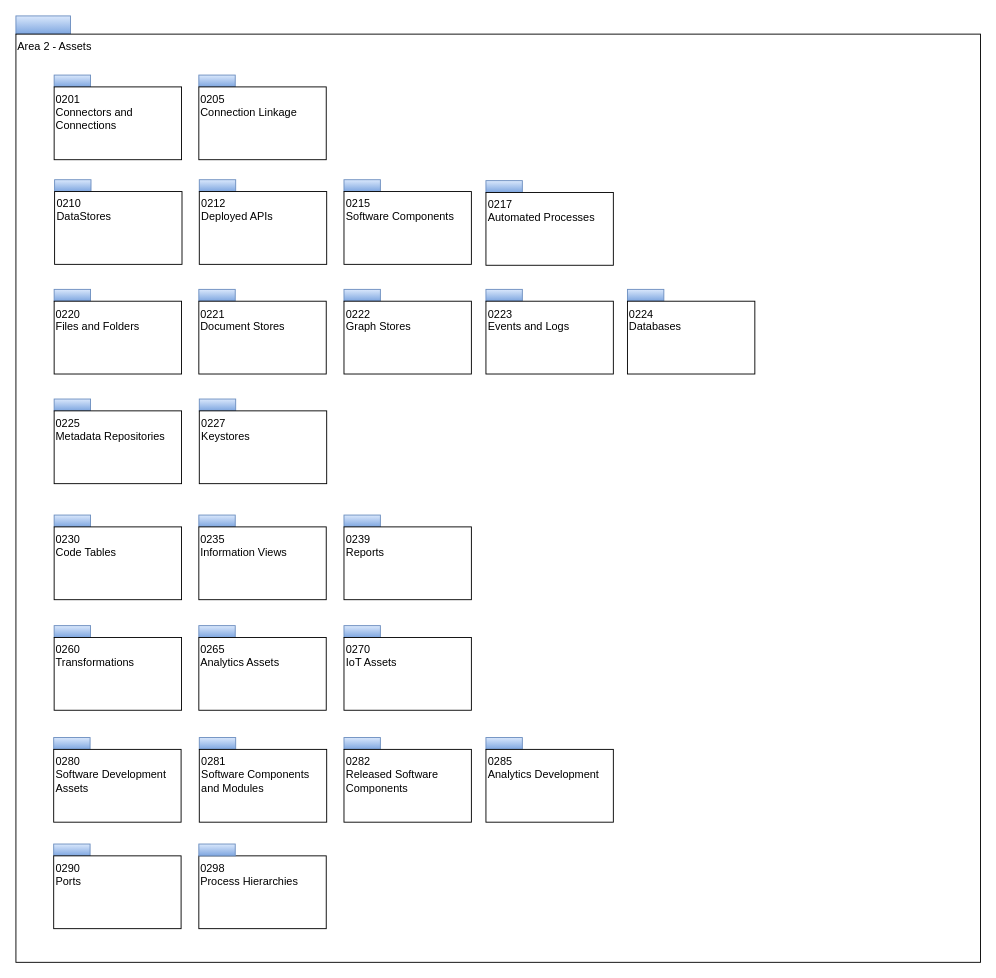
Above: page "overview" (1 of 19) of open-metadata-publication/website/open-metadata-types/area-2-assets.drawio in odpi/egeria (draw.io), before the change. Source tidied: cells renumbered, new cells numbered last; positions are measured from the earlier drawing's top-left corner, leaving out a move shared by most shapes. Both pictures are drawn from the tidied source at 91%, with x=0, y=0 at pixel (15, 15).
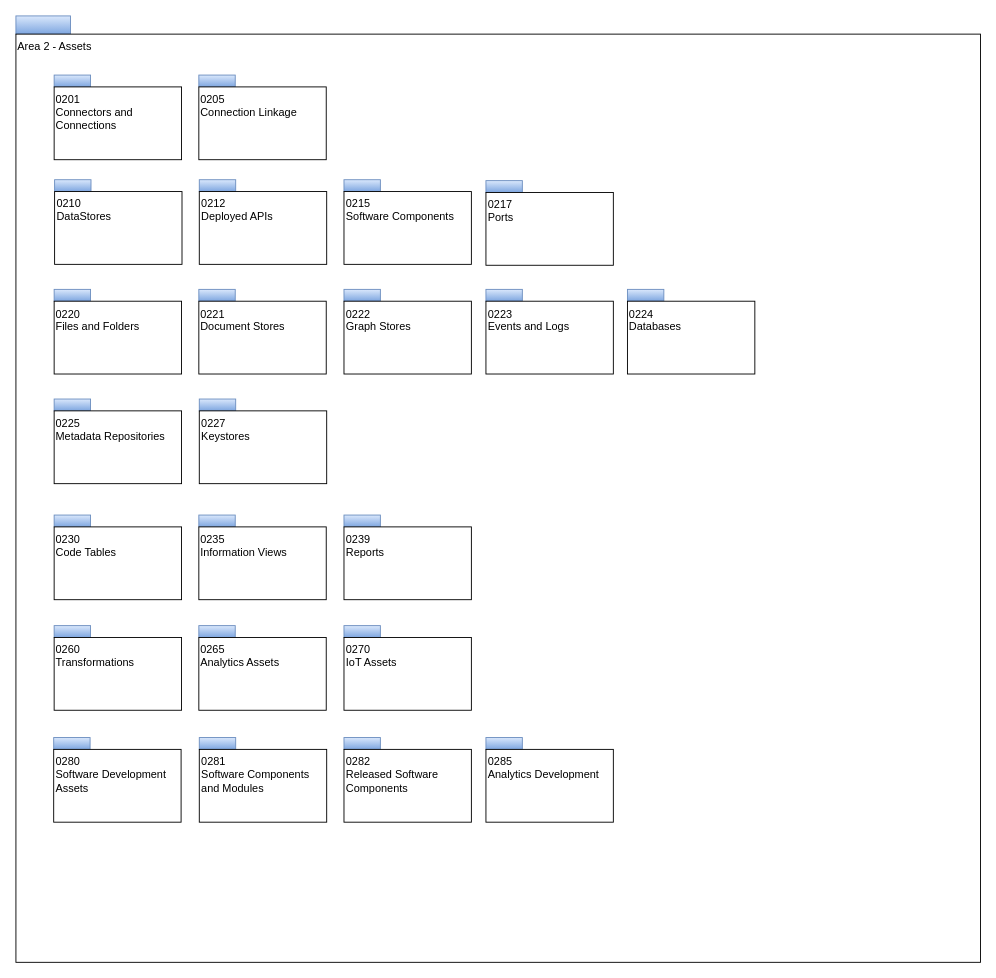
The same diagram, later.

The edit, as a diff of the source:
```diff
@@
-    <mxCell id="11" value="0217&lt;br&gt;Automated Processes&lt;br&gt;" style="rounded=0;whiteSpace=wrap;html=1;align=left;verticalAlign=top;" parent="1" vertex="1">
+    <mxCell id="11" value="0217&lt;br&gt;Ports" style="rounded=0;whiteSpace=wrap;html=1;align=left;verticalAlign=top;" parent="1" vertex="1">
       <mxGeometry x="516.5" y="194" width="140" height="80" as="geometry" />
     </mxCell>
@@
-    <mxCell id="44" style="rounded=0;whiteSpace=wrap;html=1;align=left;fillColor=#dae8fc;strokeColor=#6c8ebf;gradientColor=#7ea6e0;" parent="1" vertex="1">
-      <mxGeometry x="41.5" y="910" width="40" height="13" as="geometry" />
-    </mxCell>
-    <mxCell id="45" value="0290&lt;br&gt;Ports" style="rounded=0;whiteSpace=wrap;html=1;align=left;verticalAlign=top;" parent="1" vertex="1">
-      <mxGeometry x="41.5" y="923" width="140" height="80" as="geometry" />
-    </mxCell>
-    <mxCell id="46" value="0298&lt;br&gt;Process Hierarchies" style="rounded=0;whiteSpace=wrap;html=1;align=left;verticalAlign=top;" parent="1" vertex="1">
-      <mxGeometry x="201" y="923" width="140" height="80" as="geometry" />
-    </mxCell>
-    <mxCell id="47" style="rounded=0;whiteSpace=wrap;html=1;align=left;fillColor=#dae8fc;strokeColor=#6c8ebf;gradientColor=#7ea6e0;" parent="1" vertex="1">
-      <mxGeometry x="201" y="910" width="40" height="13" as="geometry" />
-    </mxCell>
```
